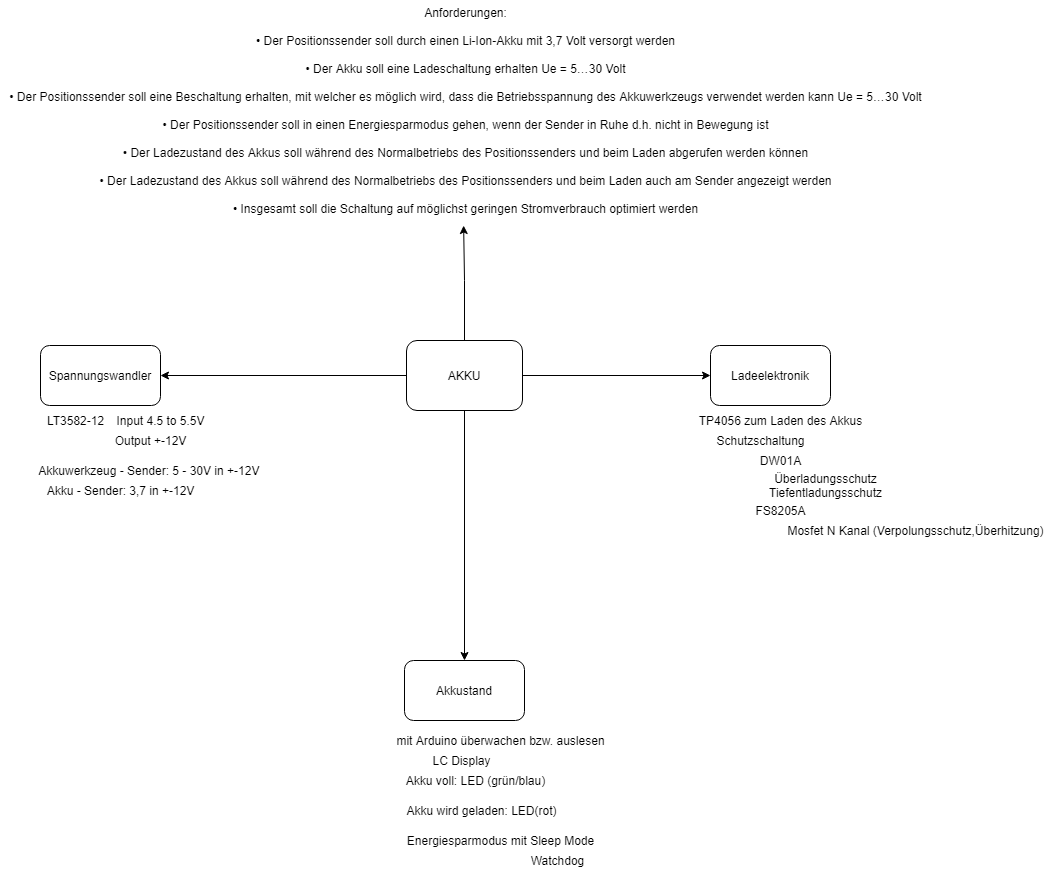
Above: Untitled Diagram.png in sametsprojects/temperature-sensor-WSEN-TIDS (draw.io), before the change. Source tidied: cells renumbered, new cells last; positions are measured from the earlier drawing's top-left corner, leaving out a move shared by most shapes.
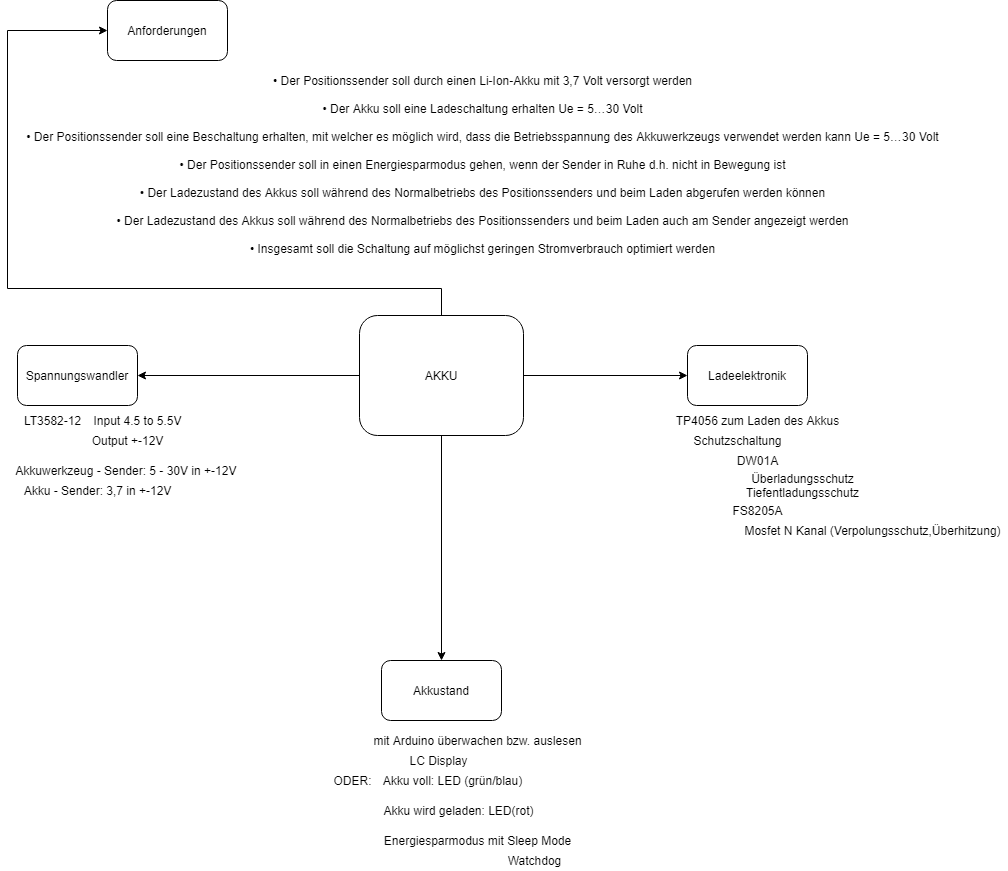
The same diagram one commit later.

What changed in the source:
```diff
@@ -13,11 +13,18 @@
     <mxCell id="4" style="edgeStyle=orthogonalEdgeStyle;rounded=0;jettySize=auto;html=1;" parent="1" edge="1" source="6" target="7">
       <mxGeometry relative="1" as="geometry" />
     </mxCell>
-    <mxCell id="5" style="edgeStyle=orthogonalEdgeStyle;rounded=0;jettySize=auto;html=1;entryX=0.498;entryY=1.023;entryDx=0;entryDy=0;entryPerimeter=0;" parent="1" edge="1" source="6" target="22">
-      <mxGeometry relative="1" as="geometry" />
-    </mxCell>
+    <mxCell id="28" style="edgeStyle=orthogonalEdgeStyle;rounded=0;jettySize=auto;html=1;" parent="1" edge="1" source="6">
+      <mxGeometry relative="1" as="geometry">
+        <mxPoint x="130" y="30" as="targetPoint" />
+        <Array as="points">
+          <mxPoint x="464" y="288" />
+          <mxPoint x="30" y="288" />
+          <mxPoint x="30" y="30" />
+        </Array>
+      </mxGeometry>
+    </mxCell>
     <mxCell id="6" value="AKKU" style="rounded=1;whiteSpace=wrap;html=1;" parent="1" vertex="1">
-      <mxGeometry x="406" y="340" width="116" height="70" as="geometry" />
+      <mxGeometry x="382" y="315" width="164" height="120" as="geometry" />
     </mxCell>
     <mxCell id="7" value="Ladeelektronik" style="rounded=1;whiteSpace=wrap;html=1;" parent="1" vertex="1">
       <mxGeometry x="710" y="345" width="120" height="60" as="geometry" />
@@ -35,7 +42,7 @@
       <mxGeometry x="760" y="470" width="130" height="30" as="geometry" />
     </mxCell>
     <mxCell id="12" value="Mosfet N Kanal (Verpolungsschutz,Überhitzung)" style="text;html=1;align=center;verticalAlign=middle;strokeColor=none;" parent="1" vertex="1">
-      <mxGeometry x="780" y="520" width="270" height="20" as="geometry" />
+      <mxGeometry x="760" y="520" width="270" height="20" as="geometry" />
     </mxCell>
     <mxCell id="13" value="mit Arduino überwachen bzw. auslesen" style="text;html=1;align=center;verticalAlign=middle;strokeColor=none;" parent="1" vertex="1">
       <mxGeometry x="390" y="730" width="220" height="20" as="geometry" />
@@ -64,8 +71,8 @@
     <mxCell id="21" value="Akku - Sender: 3,7 in +-12V" style="text;html=1;align=center;verticalAlign=middle;strokeColor=none;" parent="1" vertex="1">
       <mxGeometry x="40" y="480" width="160" height="20" as="geometry" />
     </mxCell>
-    <mxCell id="22" value="Anforderungen:&lt;br&gt;&lt;br&gt;&lt;div&gt;• Der Positionssender soll durch einen Li-Ion-Akku mit 3,7 Volt versorgt werden&lt;/div&gt;&lt;div&gt;&lt;br&gt;&lt;/div&gt;&lt;div&gt;• Der Akku soll eine Ladeschaltung erhalten Ue = 5…30 Volt&lt;/div&gt;&lt;div&gt;&lt;br&gt;&lt;/div&gt;&lt;div&gt;• Der Positionssender soll eine Beschaltung erhalten, mit welcher es möglich wird, dass die Betriebsspannung des Akkuwerkzeugs verwendet werden kann Ue = 5…30 Volt&lt;/div&gt;&lt;div&gt;&lt;br&gt;&lt;/div&gt;&lt;div&gt;• Der Positionssender soll in einen Energiesparmodus gehen, wenn der Sender in Ruhe d.h. nicht in Bewegung ist&lt;/div&gt;&lt;div&gt;&lt;br&gt;&lt;/div&gt;&lt;div&gt;• Der Ladezustand des Akkus soll während des Normalbetriebs des Positionssenders und beim Laden abgerufen werden können&lt;/div&gt;&lt;div&gt;&lt;br&gt;&lt;/div&gt;&lt;div&gt;• Der Ladezustand des Akkus soll während des Normalbetriebs des Positionssenders und beim Laden auch am Sender angezeigt werden&lt;/div&gt;&lt;div&gt;&lt;br&gt;&lt;/div&gt;&lt;div&gt;• Insgesamt soll die Schaltung auf möglichst geringen Stromverbrauch optimiert werden&lt;/div&gt;" style="text;html=1;align=center;verticalAlign=middle;points=[];strokeColor=none;" parent="1" vertex="1">
-      <mxGeometry width="930" height="220" as="geometry" />
+    <mxCell id="22" value="&lt;br&gt;&lt;br&gt;&lt;div&gt;• Der Positionssender soll durch einen Li-Ion-Akku mit 3,7 Volt versorgt werden&lt;/div&gt;&lt;div&gt;&lt;span&gt;&lt;br&gt;&lt;/span&gt;&lt;/div&gt;&lt;div&gt;&lt;span&gt;• Der Akku soll eine Ladeschaltung erhalten Ue = 5…30 Volt&lt;/span&gt;&lt;/div&gt;&lt;div&gt;&lt;br&gt;&lt;/div&gt;&lt;div&gt;• Der Positionssender soll eine Beschaltung erhalten, mit welcher es möglich wird, dass die Betriebsspannung des Akkuwerkzeugs verwendet werden kann Ue = 5…30 Volt&lt;/div&gt;&lt;div&gt;&lt;br&gt;&lt;/div&gt;&lt;div&gt;• Der Positionssender soll in einen Energiesparmodus gehen, wenn der Sender in Ruhe d.h. nicht in Bewegung ist&lt;/div&gt;&lt;div&gt;&lt;br&gt;&lt;/div&gt;&lt;div&gt;• Der Ladezustand des Akkus soll während des Normalbetriebs des Positionssenders und beim Laden abgerufen werden können&lt;/div&gt;&lt;div&gt;&lt;br&gt;&lt;/div&gt;&lt;div&gt;• Der Ladezustand des Akkus soll während des Normalbetriebs des Positionssenders und beim Laden auch am Sender angezeigt werden&lt;/div&gt;&lt;div&gt;&lt;br&gt;&lt;/div&gt;&lt;div&gt;• Insgesamt soll die Schaltung auf möglichst geringen Stromverbrauch optimiert werden&lt;/div&gt;" style="text;html=1;align=center;verticalAlign=middle;points=[];strokeColor=none;" parent="1" vertex="1">
+      <mxGeometry x="40" y="40" width="930" height="220" as="geometry" />
     </mxCell>
     <mxCell id="23" value="Energiesparmodus mit Sleep Mode" style="text;html=1;align=center;verticalAlign=middle;strokeColor=none;" parent="1" vertex="1">
       <mxGeometry x="400" y="830" width="200" height="20" as="geometry" />
@@ -82,5 +89,11 @@
     <mxCell id="27" value="Output +-12V" style="text;html=1;align=center;verticalAlign=middle;strokeColor=none;" parent="1" vertex="1">
       <mxGeometry x="105" y="430" width="90" height="20" as="geometry" />
     </mxCell>
+    <mxCell id="29" value="ODER:" style="text;html=1;align=center;verticalAlign=middle;strokeColor=none;" parent="1" vertex="1">
+      <mxGeometry x="350" y="770" width="50" height="20" as="geometry" />
+    </mxCell>
+    <mxCell id="30" value="Anforderungen" style="rounded=1;whiteSpace=wrap;html=1;" parent="1" vertex="1">
+      <mxGeometry x="130" width="120" height="60" as="geometry" />
+    </mxCell>
   </root>
 </mxGraphModel>
```
